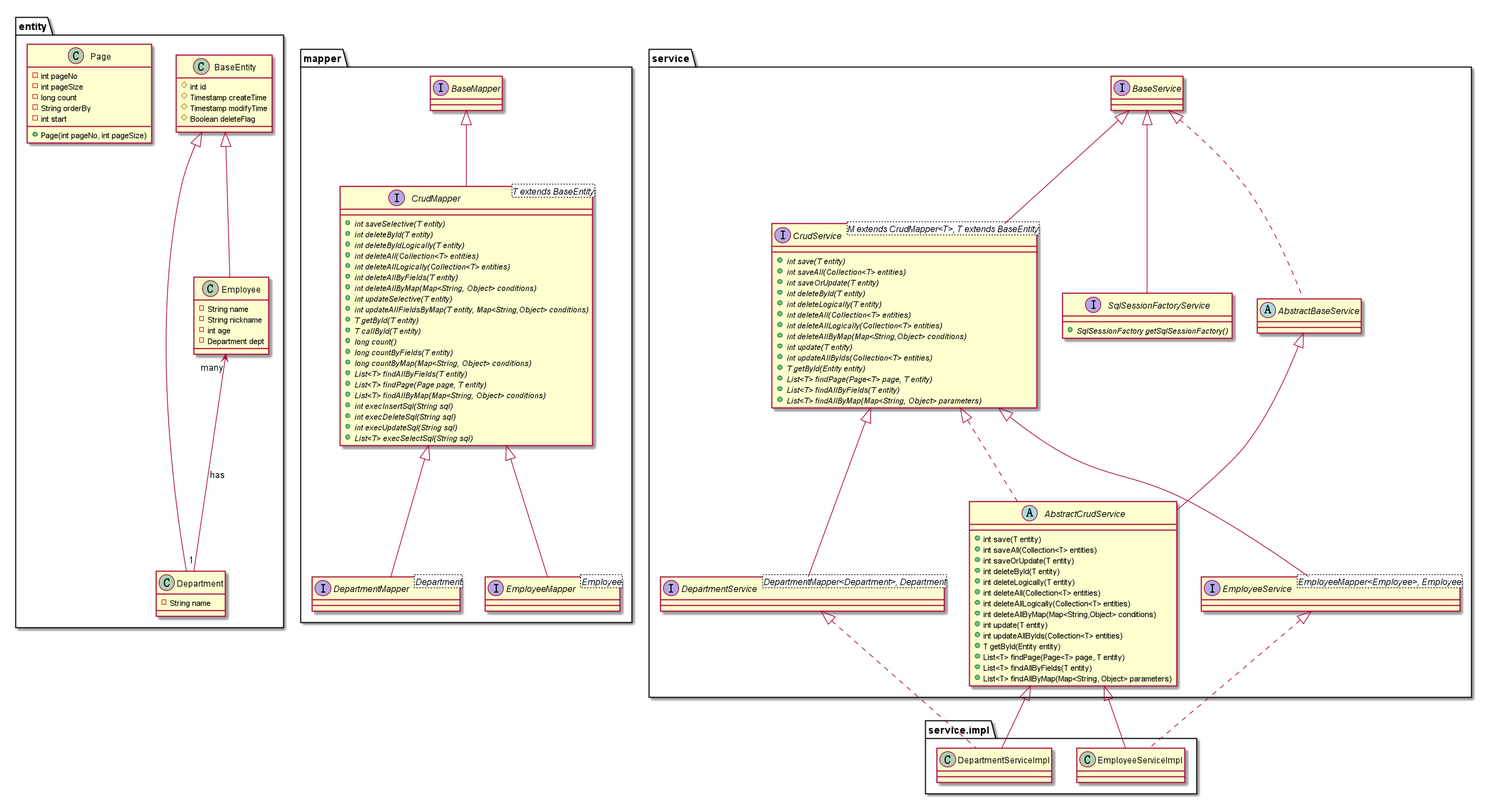
Above: java-data-access/mybatis-sql-map-by-xml/docs/class_diagram.png in tg-playground/code-example-java (PlantUML), before the change.
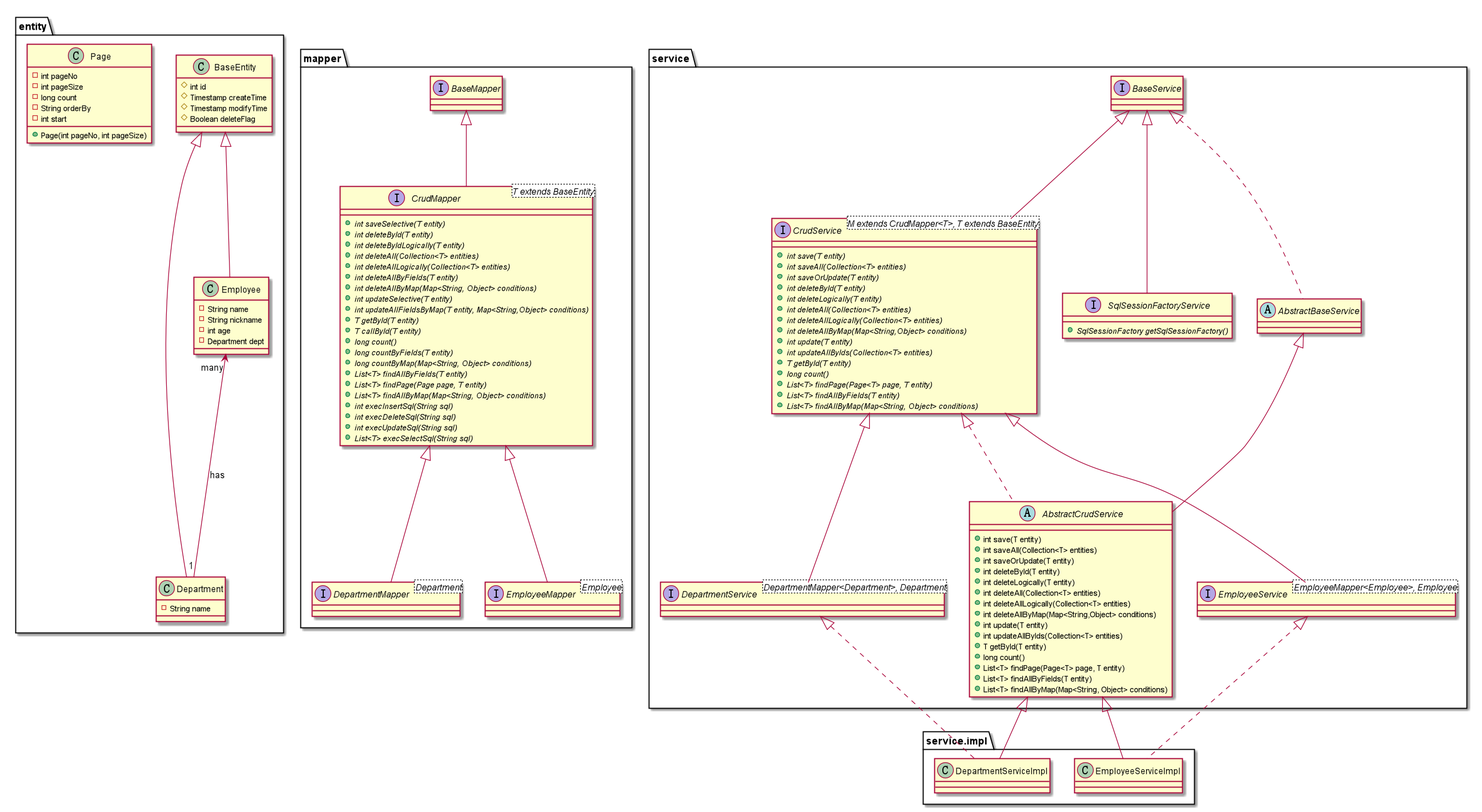
The same diagram one commit later.

Commit message:
[docs] Update class diagram

What changed in the source:
```diff
@@ -97,10 +97,11 @@
     + {abstract} int deleteAllByMap(Map<String,Object> conditions)
     + {abstract} int update(T entity)
     + {abstract} int updateAllByIds(Collection<T> entities)
-    + {abstract} T getById(Entity entity)
+    + {abstract} T getById(T entity)
+    + {abstract} long count()
     + {abstract} List<T> findPage(Page<T> page, T entity)
     + {abstract} List<T> findAllByFields(T entity)
-    + {abstract} List<T> findAllByMap(Map<String, Object> parameters)
+    + {abstract} List<T> findAllByMap(Map<String, Object> conditions)
 }
 
 service.BaseService <|-- service.CrudService
@@ -140,10 +141,11 @@
     + int deleteAllByMap(Map<String,Object> conditions)
     + int update(T entity)
     + int updateAllByIds(Collection<T> entities)
-    + T getById(Entity entity)
+    + T getById(T entity)
+    + long count()
     + List<T> findPage(Page<T> page, T entity)
     + List<T> findAllByFields(T entity)
-    + List<T> findAllByMap(Map<String, Object> parameters)
+    + List<T> findAllByMap(Map<String, Object> conditions)
 }
 service.AbstractBaseService <|-- service.AbstractCrudService
 service.CrudService <|.. service.AbstractCrudService
```
